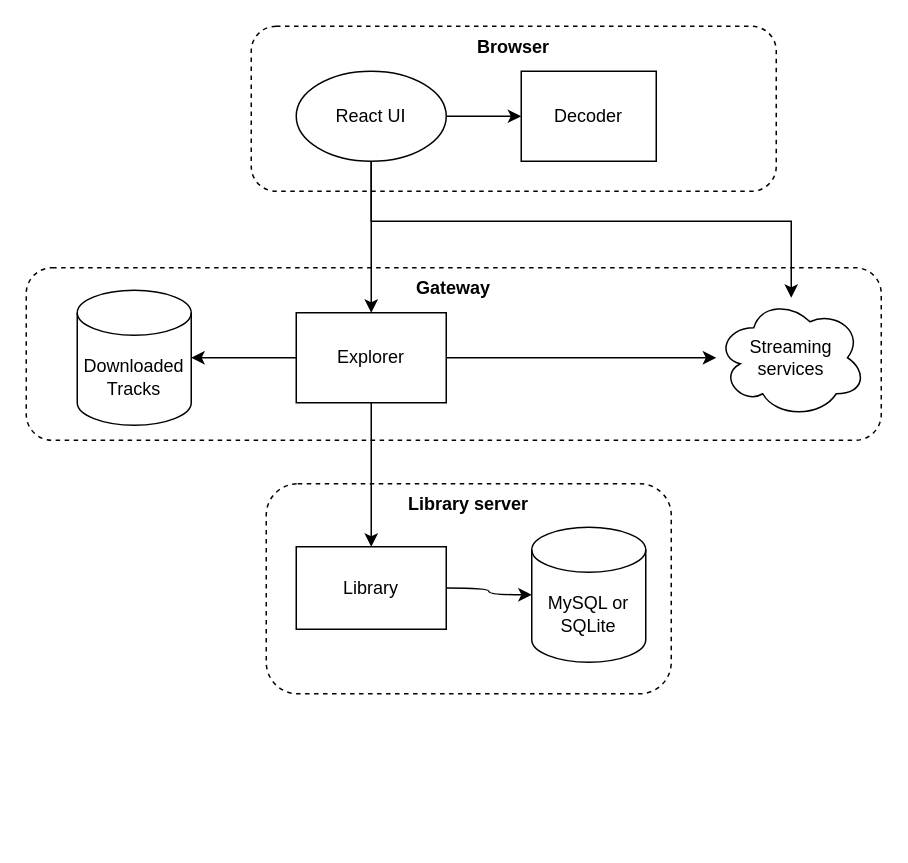
Above: app/notes/yamplayer 2 diagram.drawio in robeady/yamplayer (draw.io), before the change. Source tidied: cells renumbered, new cells numbered last; positions are measured from the earlier drawing's top-left corner, leaving out a move shared by most shapes. Both pictures are drawn from the tidied source at 150%, with x=0, y=0 at pixel (26, 26).
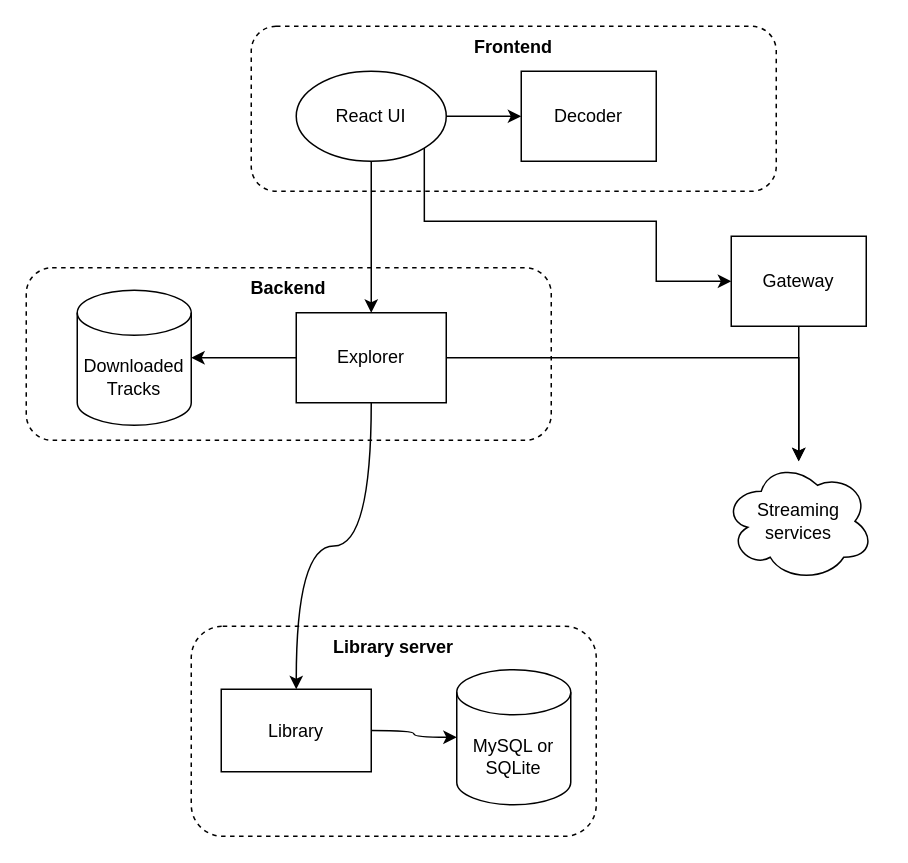
The same page after the edit.

The change refers to these unchanged cells:
```xml
<mxCell id="8" value="React UI" style="ellipse;whiteSpace=wrap;html=1;" parent="1" vertex="1">
  <mxGeometry x="180" y="30" width="100" height="60" as="geometry" />
</mxCell>
<mxCell id="13" value="Explorer" style="rounded=0;whiteSpace=wrap;html=1;" parent="1" vertex="1">
  <mxGeometry x="180" y="191" width="100" height="60" as="geometry" />
</mxCell>
```

Diff of the diagram source:
```diff
@@
-    <mxCell id="2" value="&lt;b&gt;Gateway&lt;/b&gt;" style="rounded=1;whiteSpace=wrap;html=1;fillColor=none;dashed=1;strokeWidth=1;perimeterSpacing=0;align=center;verticalAlign=top;" parent="1" vertex="1">
-      <mxGeometry y="161" width="570" height="115" as="geometry" />
+    <mxCell id="2" value="&lt;b&gt;Backend&lt;br&gt;&lt;/b&gt;" style="rounded=1;whiteSpace=wrap;html=1;fillColor=none;dashed=1;strokeWidth=1;perimeterSpacing=0;align=center;verticalAlign=top;" parent="1" vertex="1">
+      <mxGeometry y="161" width="350" height="115" as="geometry" />
     </mxCell>
     <mxCell id="3" value="&lt;b&gt;Library server&lt;/b&gt;" style="rounded=1;whiteSpace=wrap;html=1;fillColor=none;dashed=1;strokeWidth=1;perimeterSpacing=0;align=center;verticalAlign=top;" parent="1" vertex="1">
-      <mxGeometry x="160" y="305" width="270" height="140" as="geometry" />
+      <mxGeometry x="110" y="400" width="270" height="140" as="geometry" />
     </mxCell>
-    <mxCell id="4" value="&lt;b&gt;Browser&lt;/b&gt;" style="rounded=1;whiteSpace=wrap;html=1;fillColor=none;dashed=1;strokeWidth=1;perimeterSpacing=0;align=center;verticalAlign=top;" parent="1" vertex="1">
+    <mxCell id="4" value="&lt;b&gt;Frontend&lt;/b&gt;" style="rounded=1;whiteSpace=wrap;html=1;fillColor=none;dashed=1;strokeWidth=1;perimeterSpacing=0;align=center;verticalAlign=top;" parent="1" vertex="1">
       <mxGeometry x="150" width="350" height="110" as="geometry" />
     </mxCell>
@@
-    <mxCell id="7" style="edgeStyle=orthogonalEdgeStyle;rounded=0;jettySize=auto;html=1;" parent="1" edge="1" source="8" target="14">
-      <mxGeometry relative="1" as="geometry">
-        <Array as="points">
-          <mxPoint x="230" y="130" />
-          <mxPoint x="510" y="130" />
-        </Array>
-      </mxGeometry>
-    </mxCell>
+    <mxCell id="19" style="edgeStyle=orthogonalEdgeStyle;rounded=0;jettySize=auto;html=1;exitX=1;exitY=1;exitDx=0;exitDy=0;entryX=0;entryY=0.5;entryDx=0;entryDy=0;" parent="1" edge="1" source="8" target="21">
+      <mxGeometry relative="1" as="geometry">
+        <Array as="points">
+          <mxPoint x="265" y="130" />
+          <mxPoint x="420" y="130" />
+          <mxPoint x="420" y="170" />
+        </Array>
+      </mxGeometry>
+    </mxCell>
@@
-    <mxCell id="10" style="edgeStyle=orthogonalEdgeStyle;curved=1;jettySize=auto;html=1;" parent="1" edge="1" source="13" target="14">
-      <mxGeometry relative="1" as="geometry" />
-    </mxCell>
@@
+    <mxCell id="10" style="edgeStyle=orthogonalEdgeStyle;rounded=0;jettySize=auto;html=1;exitX=1;exitY=0.5;exitDx=0;exitDy=0;" parent="1" edge="1" source="13" target="14">
+      <mxGeometry relative="1" as="geometry" />
+    </mxCell>
     <mxCell id="14" value="Streaming services" style="ellipse;shape=cloud;whiteSpace=wrap;html=1;" parent="1" vertex="1">
-      <mxGeometry x="460" y="181" width="100" height="80" as="geometry" />
+      <mxGeometry x="465" y="290" width="100" height="80" as="geometry" />
     </mxCell>
     <mxCell id="15" value="MySQL or SQLite" style="shape=cylinder3;whiteSpace=wrap;html=1;boundedLbl=1;backgroundOutline=1;size=15;" parent="1" vertex="1">
-      <mxGeometry x="337" y="334" width="76" height="90" as="geometry" />
+      <mxGeometry x="287" y="429" width="76" height="90" as="geometry" />
     </mxCell>
@@
     <mxCell id="18" value="Library" style="rounded=0;whiteSpace=wrap;html=1;" parent="1" vertex="1">
-      <mxGeometry x="180" y="347" width="100" height="55" as="geometry" />
+      <mxGeometry x="130" y="442" width="100" height="55" as="geometry" />
     </mxCell>
+    <mxCell id="20" style="edgeStyle=orthogonalEdgeStyle;rounded=0;jettySize=auto;html=1;" parent="1" edge="1" source="21" target="14">
+      <mxGeometry relative="1" as="geometry" />
+    </mxCell>
+    <mxCell id="21" value="Gateway" style="rounded=0;whiteSpace=wrap;html=1;" parent="1" vertex="1">
+      <mxGeometry x="470" y="140" width="90" height="60" as="geometry" />
+    </mxCell>
```
